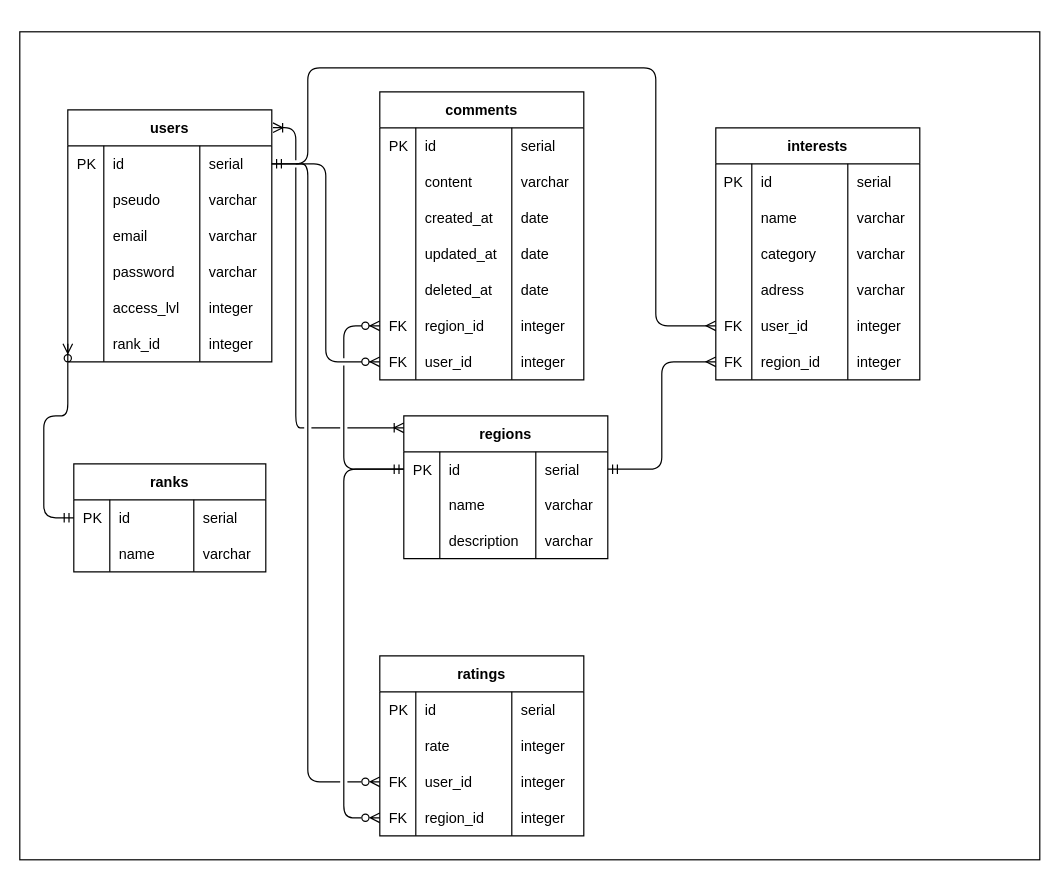
Before: conception/ERD.drawio in kevinbatard/japan_back, a draw.io diagram. Source tidied: cells renumbered, new cells numbered last; positions are measured from the earlier drawing's top-left corner, leaving out a move shared by most shapes. Both pictures are drawn from the tidied source at 120%, with x=0, y=0 at pixel (19, 31).
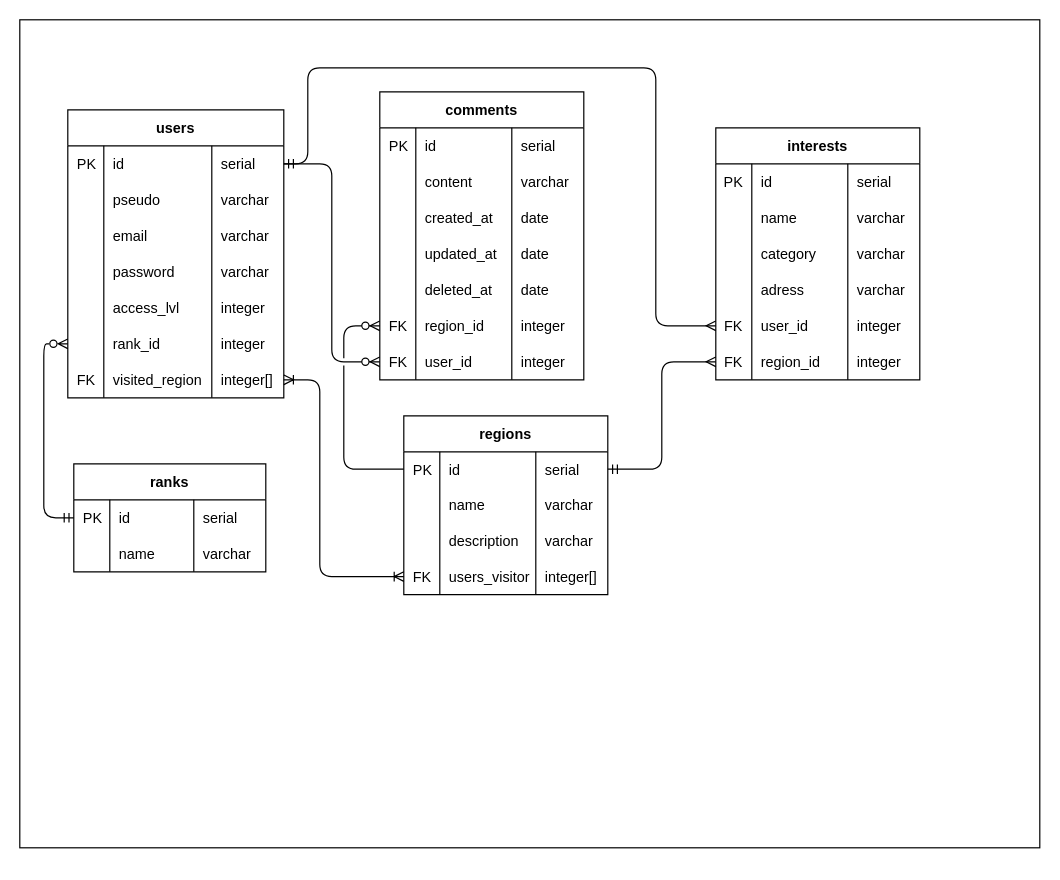
After the change.

Commit message (it also covers changes not shown here):
fix suppression table ratings, mis a jour relation users - regions

The change refers to these unchanged cells:
```xml
<mxCell id="29" style="shape=tableRow;horizontal=0;startSize=0;swimlaneHead=0;swimlaneBody=0;fillColor=none;points=[[0,0.5],[1,0.5]];portConstraint=eastwest;top=0;left=0;right=0;bottom=0;" parent="28" vertex="1">
  <mxGeometry y="30" width="170" height="29" as="geometry" />
</mxCell>
<mxCell id="88" style="shape=tableRow;horizontal=0;startSize=0;swimlaneHead=0;swimlaneBody=0;fillColor=none;points=[[0,0.5],[1,0.5]];portConstraint=eastwest;top=0;left=0;right=0;bottom=0;" parent="87" vertex="1">
  <mxGeometry y="30" width="160" height="30" as="geometry" />
</mxCell>
```

Diff of the diagram source:
```diff
@@
     <mxCell id="2" style="rounded=0;whiteSpace=wrap;html=1;" parent="1" vertex="1">
-      <mxGeometry width="850" height="690" as="geometry" />
+      <mxGeometry y="-10" width="850" height="690" as="geometry" />
     </mxCell>
     <mxCell id="3" value="users" style="shape=table;startSize=30;childLayout=tableLayout;rowLines=0;fontStyle=1;align=center;" parent="1" vertex="1">
-      <mxGeometry x="40" y="65" width="170" height="210" as="geometry" />
+      <mxGeometry x="40" y="65" width="180" height="240" as="geometry" />
     </mxCell>
     <mxCell id="4" style="shape=tableRow;horizontal=0;startSize=0;swimlaneHead=0;swimlaneBody=0;fillColor=none;points=[[0,0.5],[1,0.5]];portConstraint=eastwest;top=0;left=0;right=0;bottom=0;" parent="3" vertex="1">
-      <mxGeometry y="30" width="170" height="30" as="geometry" />
+      <mxGeometry y="30" width="180" height="30" as="geometry" />
     </mxCell>
@@
     <mxCell id="6" value="id" style="shape=partialRectangle;fillColor=none;top=0;left=0;bottom=0;right=0;align=left;spacingLeft=6;overflow=hidden;" parent="4" vertex="1">
-      <mxGeometry x="30" width="80" height="30" as="geometry" />
+      <mxGeometry x="30" width="90" height="30" as="geometry" />
     </mxCell>
     <mxCell id="7" value="serial" style="shape=partialRectangle;fillColor=none;top=0;left=0;bottom=0;right=0;align=left;spacingLeft=6;overflow=hidden;" parent="4" vertex="1">
-      <mxGeometry x="110" width="60" height="30" as="geometry" />
+      <mxGeometry x="120" width="60" height="30" as="geometry" />
     </mxCell>
     <mxCell id="8" style="shape=tableRow;horizontal=0;startSize=0;swimlaneHead=0;swimlaneBody=0;fillColor=none;top=0;left=0;right=0;bottom=0;" parent="3" vertex="1">
-      <mxGeometry y="60" width="170" height="30" as="geometry" />
+      <mxGeometry y="60" width="180" height="30" as="geometry" />
     </mxCell>
@@
     <mxCell id="10" value="pseudo" style="shape=partialRectangle;fillColor=none;top=0;left=0;bottom=0;right=0;align=left;spacingLeft=6;overflow=hidden;" parent="8" vertex="1">
-      <mxGeometry x="30" width="80" height="30" as="geometry" />
+      <mxGeometry x="30" width="90" height="30" as="geometry" />
     </mxCell>
     <mxCell id="11" value="varchar" style="shape=partialRectangle;fillColor=none;top=0;left=0;bottom=0;right=0;align=left;spacingLeft=6;overflow=hidden;" parent="8" vertex="1">
-      <mxGeometry x="110" width="60" height="30" as="geometry" />
+      <mxGeometry x="120" width="60" height="30" as="geometry" />
     </mxCell>
     <mxCell id="12" style="shape=tableRow;horizontal=0;startSize=0;swimlaneHead=0;swimlaneBody=0;fillColor=none;top=0;left=0;right=0;bottom=0;" parent="3" vertex="1">
-      <mxGeometry y="90" width="170" height="30" as="geometry" />
+      <mxGeometry y="90" width="180" height="30" as="geometry" />
     </mxCell>
@@
     <mxCell id="14" value="email" style="shape=partialRectangle;fillColor=none;top=0;left=0;bottom=0;right=0;align=left;spacingLeft=6;overflow=hidden;" parent="12" vertex="1">
-      <mxGeometry x="30" width="80" height="30" as="geometry" />
+      <mxGeometry x="30" width="90" height="30" as="geometry" />
     </mxCell>
     <mxCell id="15" value="varchar" style="shape=partialRectangle;fillColor=none;top=0;left=0;bottom=0;right=0;align=left;spacingLeft=6;overflow=hidden;" parent="12" vertex="1">
-      <mxGeometry x="110" width="60" height="30" as="geometry" />
+      <mxGeometry x="120" width="60" height="30" as="geometry" />
     </mxCell>
     <mxCell id="16" style="shape=tableRow;horizontal=0;startSize=0;swimlaneHead=0;swimlaneBody=0;fillColor=none;top=0;left=0;right=0;bottom=0;" parent="3" vertex="1">
-      <mxGeometry y="120" width="170" height="30" as="geometry" />
+      <mxGeometry y="120" width="180" height="30" as="geometry" />
     </mxCell>
@@
     <mxCell id="18" value="password" style="shape=partialRectangle;fillColor=none;top=0;left=0;bottom=0;right=0;align=left;spacingLeft=6;overflow=hidden;" parent="16" vertex="1">
-      <mxGeometry x="30" width="80" height="30" as="geometry" />
+      <mxGeometry x="30" width="90" height="30" as="geometry" />
     </mxCell>
     <mxCell id="19" value="varchar" style="shape=partialRectangle;fillColor=none;top=0;left=0;bottom=0;right=0;align=left;spacingLeft=6;overflow=hidden;" parent="16" vertex="1">
-      <mxGeometry x="110" width="60" height="30" as="geometry" />
+      <mxGeometry x="120" width="60" height="30" as="geometry" />
     </mxCell>
     <mxCell id="20" style="shape=tableRow;horizontal=0;startSize=0;swimlaneHead=0;swimlaneBody=0;fillColor=none;top=0;left=0;right=0;bottom=0;" parent="3" vertex="1">
-      <mxGeometry y="150" width="170" height="30" as="geometry" />
+      <mxGeometry y="150" width="180" height="30" as="geometry" />
     </mxCell>
@@
     <mxCell id="22" value="access_lvl" style="shape=partialRectangle;fillColor=none;top=0;left=0;bottom=0;right=0;align=left;spacingLeft=6;overflow=hidden;" parent="20" vertex="1">
-      <mxGeometry x="30" width="80" height="30" as="geometry" />
+      <mxGeometry x="30" width="90" height="30" as="geometry" />
     </mxCell>
     <mxCell id="23" value="integer" style="shape=partialRectangle;fillColor=none;top=0;left=0;bottom=0;right=0;align=left;spacingLeft=6;overflow=hidden;" parent="20" vertex="1">
-      <mxGeometry x="110" width="60" height="30" as="geometry" />
+      <mxGeometry x="120" width="60" height="30" as="geometry" />
     </mxCell>
     <mxCell id="24" style="shape=tableRow;horizontal=0;startSize=0;swimlaneHead=0;swimlaneBody=0;fillColor=none;points=[[0,0.5],[1,0.5]];portConstraint=eastwest;top=0;left=0;right=0;bottom=0;" parent="3" vertex="1">
-      <mxGeometry y="180" width="170" height="30" as="geometry" />
+      <mxGeometry y="180" width="180" height="30" as="geometry" />
     </mxCell>
@@
     <mxCell id="26" value="rank_id" style="shape=partialRectangle;fillColor=none;top=0;left=0;bottom=0;right=0;align=left;spacingLeft=6;overflow=hidden;" parent="24" vertex="1">
-      <mxGeometry x="30" width="80" height="30" as="geometry" />
+      <mxGeometry x="30" width="90" height="30" as="geometry" />
     </mxCell>
     <mxCell id="27" value="integer" style="shape=partialRectangle;fillColor=none;top=0;left=0;bottom=0;right=0;align=left;spacingLeft=6;overflow=hidden;" parent="24" vertex="1">
-      <mxGeometry x="110" width="60" height="30" as="geometry" />
+      <mxGeometry x="120" width="60" height="30" as="geometry" />
     </mxCell>
+    <mxCell id="129" style="shape=tableRow;horizontal=0;startSize=0;swimlaneHead=0;swimlaneBody=0;fillColor=none;points=[[0,0.5],[1,0.5]];portConstraint=eastwest;top=0;left=0;right=0;bottom=0;" parent="3" vertex="1">
+      <mxGeometry y="210" width="180" height="30" as="geometry" />
+    </mxCell>
+    <mxCell id="130" value="FK" style="shape=partialRectangle;fillColor=none;top=0;left=0;bottom=0;right=0;align=left;spacingLeft=6;overflow=hidden;" parent="129" vertex="1">
+      <mxGeometry width="30" height="30" as="geometry" />
+    </mxCell>
+    <mxCell id="131" value="visited_region" style="shape=partialRectangle;fillColor=none;top=0;left=0;bottom=0;right=0;align=left;spacingLeft=6;overflow=hidden;" parent="129" vertex="1">
+      <mxGeometry x="30" width="90" height="30" as="geometry" />
+    </mxCell>
+    <mxCell id="132" value="integer[]" style="shape=partialRectangle;fillColor=none;top=0;left=0;bottom=0;right=0;align=left;spacingLeft=6;overflow=hidden;" parent="129" vertex="1">
+      <mxGeometry x="120" width="60" height="30" as="geometry" />
+    </mxCell>
     <mxCell id="28" value="regions" style="shape=table;startSize=30;childLayout=tableLayout;rowLines=0;fontStyle=1;align=center;" parent="1" vertex="1">
-      <mxGeometry x="320" y="320" width="170" height="119" as="geometry" />
+      <mxGeometry x="320" y="320" width="170" height="149" as="geometry" />
     </mxCell>
@@
-    <mxCell id="41" value="ratings" style="shape=table;startSize=30;childLayout=tableLayout;rowLines=0;fontStyle=1;align=center;" parent="1" vertex="1">
-      <mxGeometry x="300" y="520" width="170" height="150" as="geometry" />
-    </mxCell>
-    <mxCell id="42" style="shape=tableRow;horizontal=0;startSize=0;swimlaneHead=0;swimlaneBody=0;fillColor=none;top=0;left=0;right=0;bottom=0;" parent="41" vertex="1">
-      <mxGeometry y="30" width="170" height="30" as="geometry" />
-    </mxCell>
-    <mxCell id="43" value="PK" style="shape=partialRectangle;fillColor=none;top=0;left=0;bottom=0;right=0;align=left;spacingLeft=6;overflow=hidden;" parent="42" vertex="1">
-      <mxGeometry width="30" height="30" as="geometry" />
-    </mxCell>
-    <mxCell id="44" value="id" style="shape=partialRectangle;fillColor=none;top=0;left=0;bottom=0;right=0;align=left;spacingLeft=6;overflow=hidden;" parent="42" vertex="1">
-      <mxGeometry x="30" width="80" height="30" as="geometry" />
-    </mxCell>
-    <mxCell id="45" value="serial" style="shape=partialRectangle;fillColor=none;top=0;left=0;bottom=0;right=0;align=left;spacingLeft=6;overflow=hidden;" parent="42" vertex="1">
-      <mxGeometry x="110" width="60" height="30" as="geometry" />
-    </mxCell>
-    <mxCell id="46" style="shape=tableRow;horizontal=0;startSize=0;swimlaneHead=0;swimlaneBody=0;fillColor=none;top=0;left=0;right=0;bottom=0;" parent="41" vertex="1">
-      <mxGeometry y="60" width="170" height="30" as="geometry" />
-    </mxCell>
-    <mxCell id="47" style="shape=partialRectangle;fillColor=none;top=0;left=0;bottom=0;right=0;align=left;spacingLeft=6;overflow=hidden;" parent="46" vertex="1">
-      <mxGeometry width="30" height="30" as="geometry" />
-    </mxCell>
-    <mxCell id="48" value="rate" style="shape=partialRectangle;fillColor=none;top=0;left=0;bottom=0;right=0;align=left;spacingLeft=6;overflow=hidden;" parent="46" vertex="1">
-      <mxGeometry x="30" width="80" height="30" as="geometry" />
-    </mxCell>
-    <mxCell id="49" value="integer" style="shape=partialRectangle;fillColor=none;top=0;left=0;bottom=0;right=0;align=left;spacingLeft=6;overflow=hidden;" parent="46" vertex="1">
-      <mxGeometry x="110" width="60" height="30" as="geometry" />
-    </mxCell>
-    <mxCell id="50" style="shape=tableRow;horizontal=0;startSize=0;swimlaneHead=0;swimlaneBody=0;fillColor=none;points=[[0,0.5],[1,0.5]];portConstraint=eastwest;top=0;left=0;right=0;bottom=0;" parent="41" vertex="1">
-      <mxGeometry y="90" width="170" height="30" as="geometry" />
-    </mxCell>
-    <mxCell id="51" value="FK" style="shape=partialRectangle;fillColor=none;top=0;left=0;bottom=0;right=0;align=left;spacingLeft=6;overflow=hidden;" parent="50" vertex="1">
-      <mxGeometry width="30" height="30" as="geometry" />
-    </mxCell>
-    <mxCell id="52" value="user_id" style="shape=partialRectangle;fillColor=none;top=0;left=0;bottom=0;right=0;align=left;spacingLeft=6;overflow=hidden;" parent="50" vertex="1">
-      <mxGeometry x="30" width="80" height="30" as="geometry" />
-    </mxCell>
-    <mxCell id="53" value="integer" style="shape=partialRectangle;fillColor=none;top=0;left=0;bottom=0;right=0;align=left;spacingLeft=6;overflow=hidden;" parent="50" vertex="1">
-      <mxGeometry x="110" width="60" height="30" as="geometry" />
-    </mxCell>
-    <mxCell id="54" style="shape=tableRow;horizontal=0;startSize=0;swimlaneHead=0;swimlaneBody=0;fillColor=none;points=[[0,0.5],[1,0.5]];portConstraint=eastwest;top=0;left=0;right=0;bottom=0;" parent="41" vertex="1">
-      <mxGeometry y="120" width="170" height="30" as="geometry" />
-    </mxCell>
-    <mxCell id="55" value="FK" style="shape=partialRectangle;fillColor=none;top=0;left=0;bottom=0;right=0;align=left;spacingLeft=6;overflow=hidden;" parent="54" vertex="1">
-      <mxGeometry width="30" height="30" as="geometry" />
-    </mxCell>
-    <mxCell id="56" value="region_id" style="shape=partialRectangle;fillColor=none;top=0;left=0;bottom=0;right=0;align=left;spacingLeft=6;overflow=hidden;" parent="54" vertex="1">
-      <mxGeometry x="30" width="80" height="30" as="geometry" />
-    </mxCell>
-    <mxCell id="57" value="integer" style="shape=partialRectangle;fillColor=none;top=0;left=0;bottom=0;right=0;align=left;spacingLeft=6;overflow=hidden;" parent="54" vertex="1">
-      <mxGeometry x="110" width="60" height="30" as="geometry" />
-    </mxCell>
+    <mxCell id="133" style="shape=tableRow;horizontal=0;startSize=0;swimlaneHead=0;swimlaneBody=0;fillColor=none;points=[[0,0.5],[1,0.5]];portConstraint=eastwest;top=0;left=0;right=0;bottom=0;" parent="28" vertex="1">
+      <mxGeometry y="119" width="170" height="30" as="geometry" />
+    </mxCell>
+    <mxCell id="134" value="FK" style="shape=partialRectangle;fillColor=none;top=0;left=0;bottom=0;right=0;align=left;spacingLeft=6;overflow=hidden;" parent="133" vertex="1">
+      <mxGeometry width="30" height="30" as="geometry" />
+    </mxCell>
+    <mxCell id="135" value="users_visitor" style="shape=partialRectangle;fillColor=none;top=0;left=0;bottom=0;right=0;align=left;spacingLeft=6;overflow=hidden;" parent="133" vertex="1">
+      <mxGeometry x="30" width="80" height="30" as="geometry" />
+    </mxCell>
+    <mxCell id="136" value="integer[]" style="shape=partialRectangle;fillColor=none;top=0;left=0;bottom=0;right=0;align=left;spacingLeft=6;overflow=hidden;" parent="133" vertex="1">
+      <mxGeometry x="110" width="60" height="30" as="geometry" />
+    </mxCell>
@@
-    <mxCell id="98" style="edgeStyle=orthogonalEdgeStyle;fontSize=12;html=1;endArrow=ERmandOne;startArrow=ERzeroToMany;entryX=0;entryY=0.5;entryDx=0;entryDy=0;exitX=0;exitY=0.5;exitDx=0;exitDy=0;endFill=0;startFill=0;jumpStyle=gap;" parent="1" edge="1" source="54" target="29">
-      <mxGeometry relative="1" as="geometry">
-        <Array as="points">
-          <mxPoint x="270" y="655" />
-          <mxPoint x="270" y="365" />
-        </Array>
-      </mxGeometry>
-    </mxCell>
-    <mxCell id="99" style="edgeStyle=orthogonalEdgeStyle;fontSize=12;html=1;endArrow=none;startArrow=ERzeroToMany;exitX=0;exitY=0.5;exitDx=0;exitDy=0;endFill=0;startFill=0;jumpStyle=gap;" parent="1" edge="1" source="50">
-      <mxGeometry relative="1" as="geometry">
-        <mxPoint x="230" y="110" as="targetPoint" />
-        <Array as="points">
-          <mxPoint x="240" y="625" />
-          <mxPoint x="240" y="110" />
-        </Array>
-      </mxGeometry>
-    </mxCell>
@@
     <mxCell id="127" style="fontSize=12;html=1;endArrow=ERzeroToMany;startArrow=ERmandOne;entryX=0;entryY=0.5;entryDx=0;entryDy=0;startFill=0;edgeStyle=orthogonalEdgeStyle;endFill=0;exitX=0;exitY=0.5;exitDx=0;exitDy=0;" parent="1" edge="1" source="88" target="24">
       <mxGeometry relative="1" as="geometry">
         <Array as="points">
           <mxPoint x="20" y="405" />
-          <mxPoint x="20" y="320" />
+          <mxPoint x="20" y="260" />
         </Array>
       </mxGeometry>
     </mxCell>
-    <mxCell id="128" style="edgeStyle=orthogonalEdgeStyle;fontSize=12;html=1;endArrow=ERoneToMany;startArrow=ERoneToMany;exitX=1.006;exitY=0.071;exitDx=0;exitDy=0;exitPerimeter=0;jumpStyle=gap;" parent="1" edge="1" source="3">
-      <mxGeometry relative="1" as="geometry">
-        <mxPoint x="320" y="330" as="targetPoint" />
-        <Array as="points">
-          <mxPoint x="230" y="80" />
-          <mxPoint x="230" y="330" />
-          <mxPoint x="320" y="330" />
-        </Array>
-      </mxGeometry>
-    </mxCell>
+    <mxCell id="137" style="edgeStyle=orthogonalEdgeStyle;fontSize=12;html=1;endArrow=ERoneToMany;startArrow=ERoneToMany;jumpStyle=gap;exitX=1;exitY=0.5;exitDx=0;exitDy=0;entryX=0;entryY=0.5;entryDx=0;entryDy=0;" parent="1" edge="1" source="129" target="133">
+      <mxGeometry relative="1" as="geometry">
+        <Array as="points">
+          <mxPoint x="250" y="290" />
+          <mxPoint x="250" y="454" />
+        </Array>
+      </mxGeometry>
+    </mxCell>
```
